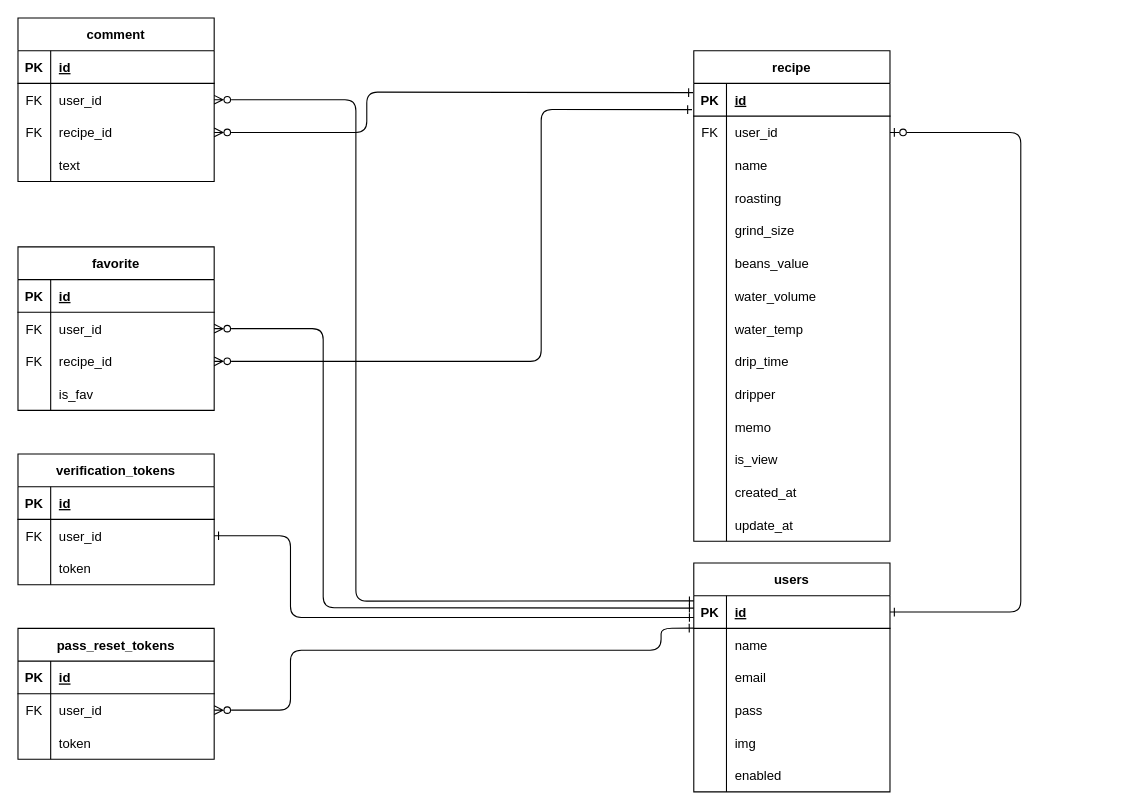
Earlier version of the draw.io diagram ER.dio (sasa-0823/my_coffee). Source tidied: cells renumbered, new cells numbered last; positions are measured from the earlier drawing's top-left corner, leaving out a move shared by most shapes. Both pictures are drawn from the tidied source at 109%, with x=0, y=0 at pixel (17, 17).
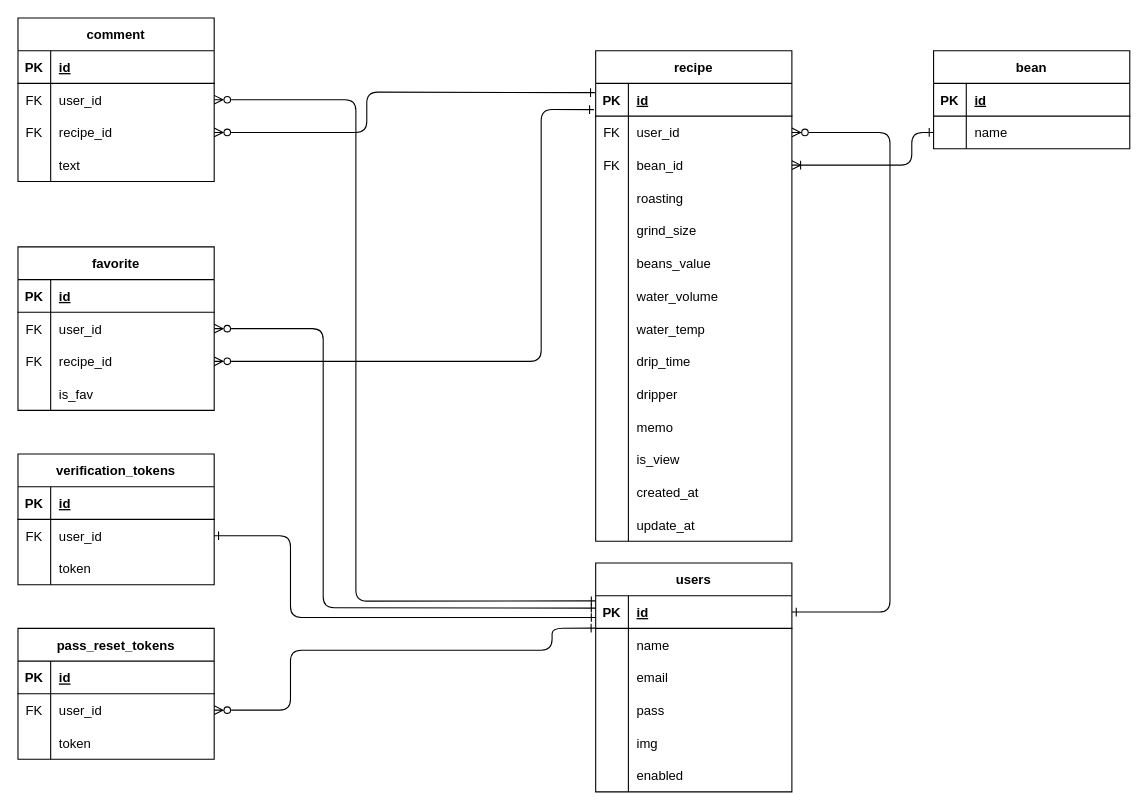
The same diagram, later.

The change refers to these unchanged cells:
```xml
<mxCell id="6" style="shape=tableRow;horizontal=0;startSize=0;swimlaneHead=0;swimlaneBody=0;fillColor=none;points=[[0,0.5],[1,0.5]];portConstraint=eastwest;top=0;left=0;right=0;bottom=0;" parent="2" vertex="1">
  <mxGeometry y="60" width="180" height="30" as="geometry" />
</mxCell>
<mxCell id="9" style="shape=tableRow;horizontal=0;startSize=0;swimlaneHead=0;swimlaneBody=0;fillColor=none;points=[[0,0.5],[1,0.5]];portConstraint=eastwest;top=0;left=0;right=0;bottom=0;" parent="2" vertex="1">
  <mxGeometry y="90" width="180" height="30" as="geometry" />
</mxCell>
<mxCell id="46" style="shape=tableRow;horizontal=0;startSize=0;swimlaneHead=0;swimlaneBody=0;fillColor=none;points=[[0,0.5],[1,0.5]];portConstraint=eastwest;top=0;left=0;right=0;bottom=1;" parent="45" vertex="1">
  <mxGeometry y="30" width="180" height="30" as="geometry" />
</mxCell>
<mxCell id="49" style="shape=tableRow;horizontal=0;startSize=0;swimlaneHead=0;swimlaneBody=0;fillColor=none;points=[[0,0.5],[1,0.5]];portConstraint=eastwest;top=0;left=0;right=0;bottom=0;" parent="45" vertex="1">
  <mxGeometry y="60" width="180" height="30" as="geometry" />
</mxCell>
<mxCell id="68" style="shape=tableRow;horizontal=0;startSize=0;swimlaneHead=0;swimlaneBody=0;fillColor=none;points=[[0,0.5],[1,0.5]];portConstraint=eastwest;top=0;left=0;right=0;bottom=0;" parent="64" vertex="1">
  <mxGeometry y="60" width="180" height="30" as="geometry" />
</mxCell>
<mxCell id="78" style="shape=tableRow;horizontal=0;startSize=0;swimlaneHead=0;swimlaneBody=0;fillColor=none;points=[[0,0.5],[1,0.5]];portConstraint=eastwest;top=0;left=0;right=0;bottom=0;" parent="74" vertex="1">
  <mxGeometry y="60" width="180" height="30" as="geometry" />
</mxCell>
```

Change to the diagram source:
```diff
@@
     <mxCell id="2" value="recipe" style="shape=table;startSize=30;childLayout=tableLayout;rowLines=0;fontStyle=1;align=center;" parent="1" vertex="1">
-      <mxGeometry x="620" y="30" width="180" height="450" as="geometry" />
+      <mxGeometry x="530" y="30" width="180" height="450" as="geometry" />
     </mxCell>
@@
-    <mxCell id="10" style="shape=partialRectangle;fillColor=none;top=0;left=0;bottom=0;right=0;overflow=hidden;" parent="9" vertex="1">
+    <mxCell id="10" value="FK" style="shape=partialRectangle;fillColor=none;top=0;left=0;bottom=0;right=0;overflow=hidden;" parent="9" vertex="1">
       <mxGeometry width="30" height="30" as="geometry" />
     </mxCell>
-    <mxCell id="11" value="name" style="shape=partialRectangle;fillColor=none;top=0;left=0;bottom=0;right=0;align=left;spacingLeft=6;overflow=hidden;" parent="9" vertex="1">
+    <mxCell id="11" value="bean_id" style="shape=partialRectangle;fillColor=none;top=0;left=0;bottom=0;right=0;align=left;spacingLeft=6;overflow=hidden;" parent="9" vertex="1">
       <mxGeometry x="30" width="150" height="30" as="geometry" />
     </mxCell>
@@
     <mxCell id="45" value="users" style="shape=table;startSize=30;childLayout=tableLayout;rowLines=0;fontStyle=1;align=center;" parent="1" vertex="1">
-      <mxGeometry x="620" y="500" width="180" height="210" as="geometry" />
+      <mxGeometry x="530" y="500" width="180" height="210" as="geometry" />
     </mxCell>
@@
     <mxCell id="112" style="edgeStyle=none;html=1;exitX=1;exitY=0.5;exitDx=0;exitDy=0;startArrow=ERone;startFill=0;endArrow=ERone;endFill=0;" parent="1" edge="1" source="68">
       <mxGeometry relative="1" as="geometry">
-        <mxPoint x="620" y="550" as="targetPoint" />
+        <mxPoint x="530" y="550" as="targetPoint" />
         <Array as="points">
           <mxPoint x="250" y="475" />
           <mxPoint x="250" y="550" />
         </Array>
       </mxGeometry>
     </mxCell>
     <mxCell id="113" style="edgeStyle=none;html=1;exitX=1;exitY=0.5;exitDx=0;exitDy=0;entryX=-0.001;entryY=-0.009;entryDx=0;entryDy=0;entryPerimeter=0;endArrow=ERone;endFill=0;startArrow=ERzeroToMany;startFill=0;" parent="1" edge="1" source="78" target="49">
       <mxGeometry relative="1" as="geometry">
         <Array as="points">
           <mxPoint x="250" y="635" />
           <mxPoint x="250" y="580" />
-          <mxPoint x="590" y="580" />
-          <mxPoint x="590" y="560" />
+          <mxPoint x="490" y="580" />
+          <mxPoint x="490" y="560" />
         </Array>
       </mxGeometry>
     </mxCell>
@@
-    <mxCell id="116" style="edgeStyle=none;html=1;exitX=1;exitY=0.5;exitDx=0;exitDy=0;entryX=1;entryY=0.5;entryDx=0;entryDy=0;startArrow=ERzeroToOne;startFill=0;endArrow=ERone;endFill=0;" parent="1" edge="1" source="6" target="46">
+    <mxCell id="116" style="edgeStyle=none;html=1;exitX=1;exitY=0.5;exitDx=0;exitDy=0;entryX=1;entryY=0.5;entryDx=0;entryDy=0;startArrow=ERzeroToMany;startFill=0;endArrow=ERone;endFill=0;" parent="1" edge="1" source="6" target="46">
       <mxGeometry relative="1" as="geometry">
         <Array as="points">
-          <mxPoint x="920" y="105" />
-          <mxPoint x="920" y="545" />
+          <mxPoint x="800" y="105" />
+          <mxPoint x="800" y="545" />
         </Array>
       </mxGeometry>
     </mxCell>
+    <mxCell id="117" value="bean" style="shape=table;startSize=30;childLayout=tableLayout;rowLines=0;fontStyle=1;align=center;" parent="1" vertex="1">
+      <mxGeometry x="840" y="30" width="180" height="90" as="geometry" />
+    </mxCell>
+    <mxCell id="118" style="shape=tableRow;horizontal=0;startSize=0;swimlaneHead=0;swimlaneBody=0;fillColor=none;top=0;left=0;right=0;bottom=1;" parent="117" vertex="1">
+      <mxGeometry y="30" width="180" height="30" as="geometry" />
+    </mxCell>
+    <mxCell id="119" value="PK" style="shape=partialRectangle;fillColor=none;top=0;left=0;bottom=0;right=0;fontStyle=1;overflow=hidden;" parent="118" vertex="1">
+      <mxGeometry width="30" height="30" as="geometry" />
+    </mxCell>
+    <mxCell id="120" value="id" style="shape=partialRectangle;fillColor=none;top=0;left=0;bottom=0;right=0;align=left;spacingLeft=6;fontStyle=5;overflow=hidden;" parent="118" vertex="1">
+      <mxGeometry x="30" width="150" height="30" as="geometry" />
+    </mxCell>
+    <mxCell id="121" style="shape=tableRow;horizontal=0;startSize=0;swimlaneHead=0;swimlaneBody=0;fillColor=none;points=[[0,0.5],[1,0.5]];portConstraint=eastwest;top=0;left=0;right=0;bottom=0;" parent="117" vertex="1">
+      <mxGeometry y="60" width="180" height="30" as="geometry" />
+    </mxCell>
+    <mxCell id="122" style="shape=partialRectangle;fillColor=none;top=0;left=0;bottom=0;right=0;overflow=hidden;" parent="121" vertex="1">
+      <mxGeometry width="30" height="30" as="geometry" />
+    </mxCell>
+    <mxCell id="123" value="name" style="shape=partialRectangle;fillColor=none;top=0;left=0;bottom=0;right=0;align=left;spacingLeft=6;overflow=hidden;" parent="121" vertex="1">
+      <mxGeometry x="30" width="150" height="30" as="geometry" />
+    </mxCell>
+    <mxCell id="124" style="edgeStyle=none;html=1;entryX=0;entryY=0.5;entryDx=0;entryDy=0;startArrow=ERoneToMany;startFill=0;endArrow=ERone;endFill=0;" parent="1" edge="1" source="9" target="121">
+      <mxGeometry relative="1" as="geometry">
+        <Array as="points">
+          <mxPoint x="820" y="135" />
+          <mxPoint x="820" y="105" />
+        </Array>
+      </mxGeometry>
+    </mxCell>
```
